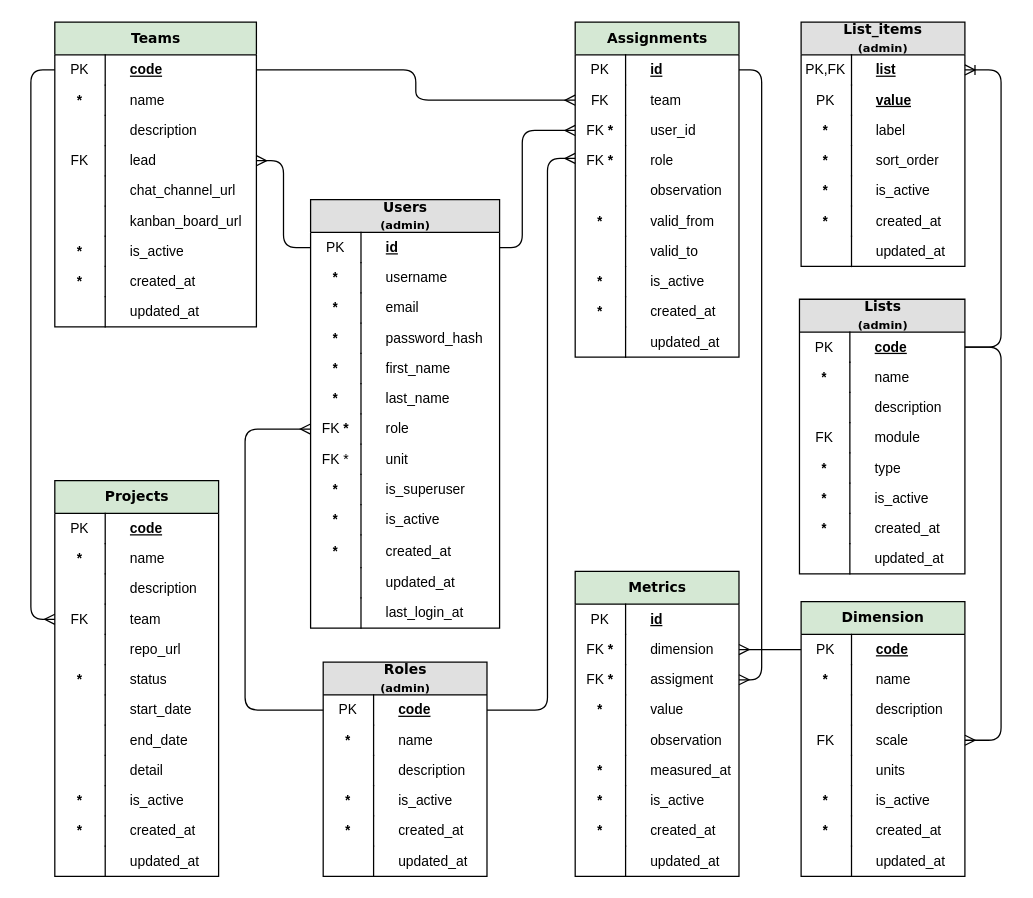
This is page "collab" (4 of 7) of docs/models.drawio from abc-flex/synapxia, a draw.io file, before an edit. Source tidied: cells renumbered, new cells numbered last; positions are measured from the earlier drawing's top-left corner, leaving out a move shared by most shapes. Both pictures are drawn from the tidied source at 126%, with x=0, y=0 at pixel (30, 21).
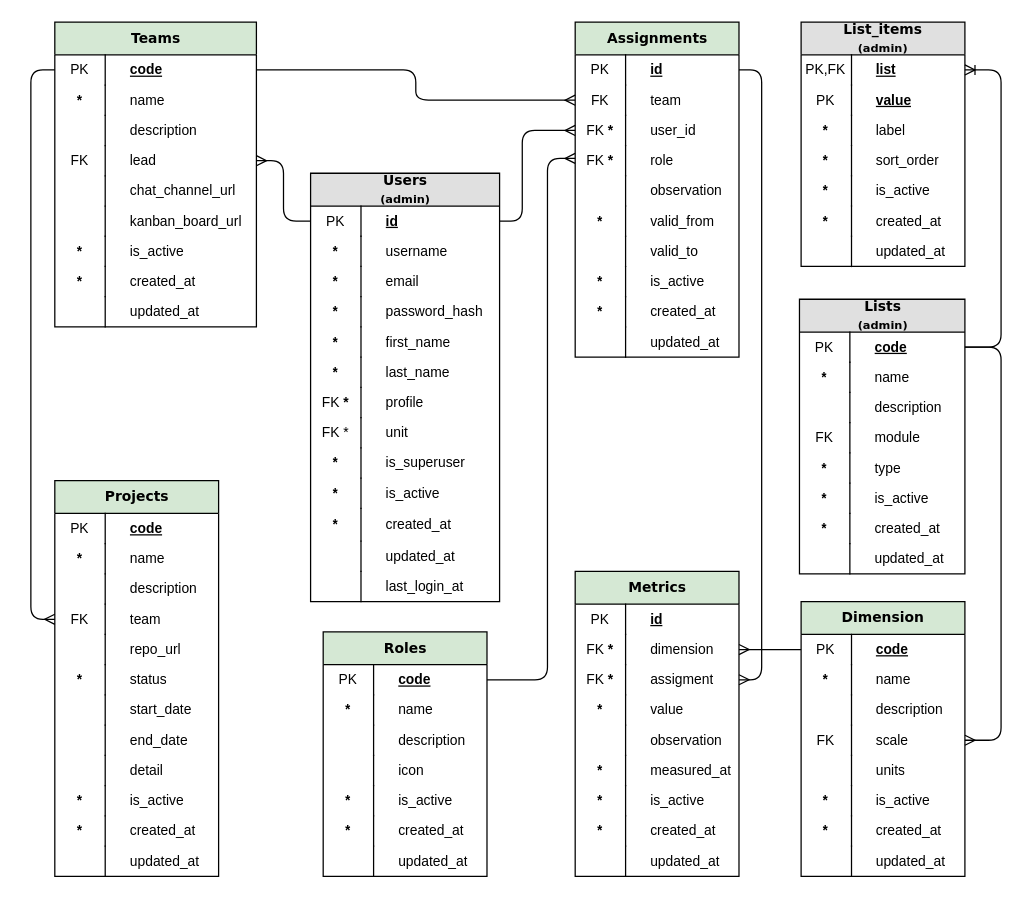
Above is the later version.

Commit message (it also covers changes not shown here):
chore(db): rename roles by profiles in admin and permissions inclusion

The change refers to these unchanged cells:
```xml
<mxCell id="35" value="&lt;u&gt;code&lt;/u&gt;" style="shape=partialRectangle;top=0;left=0;right=0;bottom=0;html=1;align=left;verticalAlign=middle;fillColor=none;spacingLeft=60;spacingRight=4;whiteSpace=wrap;overflow=hidden;points=[[0,0.5],[1,0.5]];portConstraint=eastwest;fontStyle=1;fontSize=11;spacing=0;" parent="34" vertex="1">
  <mxGeometry y="26" width="130" height="24" as="geometry" />
</mxCell>
<mxCell id="36" value="&lt;span style=&quot;font-weight: normal;&quot;&gt;PK&lt;/span&gt;" style="shape=partialRectangle;fontStyle=1;top=0;left=0;bottom=0;html=1;fillColor=none;align=center;verticalAlign=middle;spacingLeft=4;spacingRight=4;whiteSpace=wrap;overflow=hidden;points=[];portConstraint=eastwest;fontSize=11;spacing=0;" parent="35" vertex="1">
  <mxGeometry width="40" height="24" as="geometry" />
</mxCell>
<mxCell id="61" value="FK&amp;nbsp;&lt;b&gt;*&lt;/b&gt;" style="shape=partialRectangle;fontStyle=0;top=0;left=0;bottom=0;html=1;fillColor=none;align=center;verticalAlign=middle;spacingLeft=4;spacingRight=4;whiteSpace=wrap;overflow=hidden;points=[];portConstraint=eastwest;fontSize=11;spacing=0;" parent="60" vertex="1">
  <mxGeometry width="40" height="24" as="geometry" />
</mxCell>
<mxCell id="101" value="&lt;span style=&quot;font-weight: normal;&quot;&gt;FK&amp;nbsp;&lt;/span&gt;&lt;b&gt;*&lt;/b&gt;" style="shape=partialRectangle;fontStyle=1;top=0;left=0;bottom=0;html=1;fillColor=none;align=center;verticalAlign=middle;spacingLeft=4;spacingRight=4;whiteSpace=wrap;overflow=hidden;points=[];portConstraint=eastwest;fontSize=11;spacing=0;" parent="100" vertex="1">
  <mxGeometry width="40" height="24" as="geometry" />
</mxCell>
```

The edit, as a diff of the source:
```diff
@@
-    <mxCell id="34" value="&lt;font&gt;Roles&lt;/font&gt;&lt;div&gt;&lt;font&gt;&lt;span style=&quot;font-size: 9px;&quot;&gt;(admin)&lt;/span&gt;&lt;/font&gt;&lt;/div&gt;" style="swimlane;html=1;fontStyle=1;horizontal=1;startSize=26;fillColor=#e0e0e0;swimlaneFillColor=#ffffff;align=center;rounded=0;shadow=0;comic=0;labelBackgroundColor=none;strokeWidth=1;fontFamily=Verdana;fontSize=11;spacing=0;" parent="1" vertex="1">
-      <mxGeometry x="232" y="508" width="130" height="170" as="geometry" />
+    <mxCell id="34" value="&lt;font&gt;Roles&lt;/font&gt;" style="swimlane;html=1;fontStyle=1;horizontal=1;startSize=26;fillColor=#D5E8D4;swimlaneFillColor=#ffffff;align=center;rounded=0;shadow=0;comic=0;labelBackgroundColor=none;strokeWidth=1;fontFamily=Verdana;fontSize=11;spacing=0;" parent="1" vertex="1">
+      <mxGeometry x="232" y="484" width="130" height="194" as="geometry" />
     </mxCell>
@@
+    <mxCell id="185" value="description" style="shape=partialRectangle;top=0;left=0;right=0;bottom=0;html=1;align=left;verticalAlign=middle;fillColor=none;spacingLeft=60;spacingRight=4;whiteSpace=wrap;overflow=hidden;fontStyle=0;fontSize=11;spacing=0;" parent="34" vertex="1">
+      <mxGeometry y="74" width="130" height="24" as="geometry" />
+    </mxCell>
+    <mxCell id="186" style="shape=partialRectangle;fontStyle=0;top=0;left=0;bottom=0;html=1;fillColor=none;align=center;verticalAlign=middle;spacingLeft=4;spacingRight=4;whiteSpace=wrap;overflow=hidden;fontSize=11;spacing=0;" parent="185" vertex="1">
+      <mxGeometry width="40" height="24" as="geometry" />
+    </mxCell>
-    <mxCell id="39" value="description" style="shape=partialRectangle;top=0;left=0;right=0;bottom=0;html=1;align=left;verticalAlign=middle;fillColor=none;spacingLeft=60;spacingRight=4;whiteSpace=wrap;overflow=hidden;fontStyle=0;fontSize=11;spacing=0;" parent="34" vertex="1">
-      <mxGeometry y="74" width="130" height="24" as="geometry" />
+    <mxCell id="39" value="icon" style="shape=partialRectangle;top=0;left=0;right=0;bottom=0;html=1;align=left;verticalAlign=middle;fillColor=none;spacingLeft=60;spacingRight=4;whiteSpace=wrap;overflow=hidden;fontStyle=0;fontSize=11;spacing=0;" parent="34" vertex="1">
+      <mxGeometry y="98" width="130" height="24" as="geometry" />
     </mxCell>
@@
     <mxCell id="41" value="is_active" style="shape=partialRectangle;top=0;left=0;right=0;bottom=0;html=1;align=left;verticalAlign=middle;fillColor=none;spacingLeft=60;spacingRight=4;whiteSpace=wrap;overflow=hidden;fontStyle=0;fontSize=11;spacing=0;" parent="34" vertex="1">
-      <mxGeometry y="98" width="130" height="24" as="geometry" />
+      <mxGeometry y="122" width="130" height="24" as="geometry" />
     </mxCell>
@@
     <mxCell id="43" value="created_at" style="shape=partialRectangle;top=0;left=0;right=0;bottom=0;html=1;align=left;verticalAlign=middle;fillColor=none;spacingLeft=60;spacingRight=4;whiteSpace=wrap;overflow=hidden;fontStyle=0;fontSize=11;spacing=0;" parent="34" vertex="1">
-      <mxGeometry y="122" width="130" height="24" as="geometry" />
+      <mxGeometry y="146" width="130" height="24" as="geometry" />
     </mxCell>
@@
     <mxCell id="45" value="updated_at" style="shape=partialRectangle;top=0;left=0;right=0;bottom=0;html=1;align=left;verticalAlign=middle;fillColor=none;spacingLeft=60;spacingRight=4;whiteSpace=wrap;overflow=hidden;fontStyle=0;fontSize=11;spacing=0;" parent="34" vertex="1">
-      <mxGeometry y="146" width="130" height="24" as="geometry" />
+      <mxGeometry y="170" width="130" height="24" as="geometry" />
     </mxCell>
@@
     <mxCell id="47" value="&lt;font&gt;Users&lt;/font&gt;&lt;div&gt;&lt;font&gt;&lt;span style=&quot;font-size: 9px;&quot;&gt;(admin)&lt;/span&gt;&lt;/font&gt;&lt;/div&gt;" style="swimlane;html=1;fontStyle=1;horizontal=1;startSize=26;fillColor=#e0e0e0;swimlaneFillColor=#ffffff;align=center;rounded=0;shadow=0;comic=0;labelBackgroundColor=none;strokeWidth=1;fontFamily=Verdana;fontSize=11;spacing=0;" parent="1" vertex="1">
-      <mxGeometry x="222" y="141" width="150" height="340" as="geometry" />
+      <mxGeometry x="222" y="120" width="150" height="340" as="geometry" />
     </mxCell>
@@
-    <mxCell id="60" value="role" style="shape=partialRectangle;top=0;left=0;right=0;bottom=0;html=1;align=left;verticalAlign=middle;fillColor=none;spacingLeft=60;spacingRight=4;whiteSpace=wrap;overflow=hidden;fontStyle=0;fontSize=11;spacing=0;" parent="47" vertex="1">
+    <mxCell id="60" value="profile" style="shape=partialRectangle;top=0;left=0;right=0;bottom=0;html=1;align=left;verticalAlign=middle;fillColor=none;spacingLeft=60;spacingRight=4;whiteSpace=wrap;overflow=hidden;fontStyle=0;fontSize=11;spacing=0;" parent="47" vertex="1">
       <mxGeometry y="170" width="150" height="24" as="geometry" />
     </mxCell>
@@
     <mxCell id="114" style="edgeStyle=orthogonalEdgeStyle;html=1;startArrow=none;endArrow=ERmany;rounded=1;fontFamily=Verdana;fontSize=11;fontStyle=1;endFill=0;spacing=0;startFill=0;entryX=-0.001;entryY=0.425;entryDx=0;entryDy=0;entryPerimeter=0;exitX=1;exitY=0.5;exitDx=0;exitDy=0;" parent="1" edge="1" source="35" target="101">
       <mxGeometry relative="1" as="geometry">
         <Array as="points">
-          <mxPoint x="410" y="546" />
+          <mxPoint x="410" y="522" />
           <mxPoint x="410" y="108" />
         </Array>
       </mxGeometry>
     </mxCell>
@@
-    <mxCell id="162" style="edgeStyle=elbowEdgeStyle;html=1;startArrow=none;endArrow=ERmany;rounded=1;fontFamily=Verdana;fontSize=11;fontStyle=1;spacing=0;startFill=0;" parent="1" edge="1" source="36" target="61">
-      <mxGeometry relative="1" as="geometry">
-        <Array as="points">
-          <mxPoint x="170" y="370" />
-        </Array>
-      </mxGeometry>
-    </mxCell>
```
